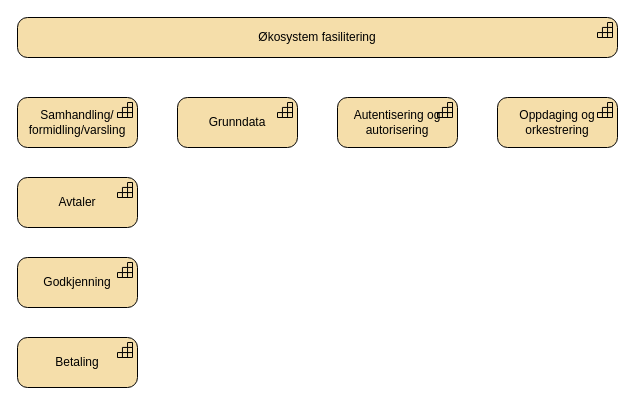
hdir/Digital-Forstelinje keeps this draw.io diagram as page "Økosystem" (2 of 2) of docs/interessent/value-chain.drawio. Above is the earlier version. Source tidied: cells renumbered, new cells numbered last; positions are measured from the earlier drawing's top-left corner, leaving out a move shared by most shapes. Both pictures are drawn from the tidied source at 100%, with x=0, y=0 at pixel (17, 17).
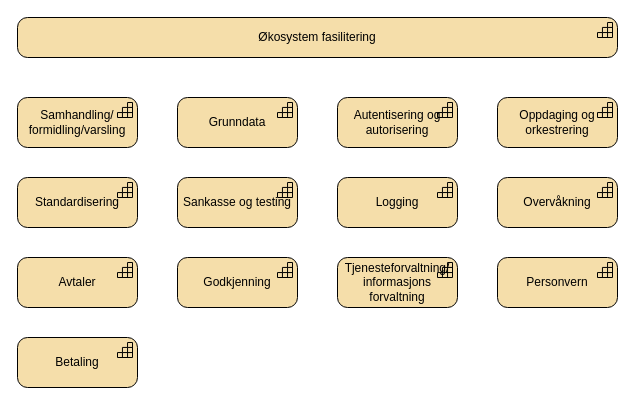
The same diagram, later.

The edit, as a diff of the source:
```diff
@@
 <mxGraphModel>
   <root>
     <mxCell id="0" />
     <mxCell id="1" parent="0" />
     <mxCell id="2" value="Økosystem fasilitering" style="html=1;whiteSpace=wrap;fillColor=#F5DEAA;shape=mxgraph.archimate3.application;appType=capability;archiType=rounded;" parent="1" vertex="1">
       <mxGeometry width="600" height="40" as="geometry" />
     </mxCell>
     <mxCell id="3" value="Samhandling/ formidling/varsling" style="html=1;whiteSpace=wrap;fillColor=#F5DEAA;shape=mxgraph.archimate3.application;appType=capability;archiType=rounded;" parent="1" vertex="1">
       <mxGeometry y="80" width="120" height="50" as="geometry" />
     </mxCell>
     <mxCell id="4" value="Grunndata" style="html=1;whiteSpace=wrap;fillColor=#F5DEAA;shape=mxgraph.archimate3.application;appType=capability;archiType=rounded;" parent="1" vertex="1">
       <mxGeometry x="160" y="80" width="120" height="50" as="geometry" />
     </mxCell>
     <mxCell id="5" value="Godkjenning" style="html=1;whiteSpace=wrap;fillColor=#F5DEAA;shape=mxgraph.archimate3.application;appType=capability;archiType=rounded;" parent="1" vertex="1">
-      <mxGeometry y="240" width="120" height="50" as="geometry" />
+      <mxGeometry x="160" y="240" width="120" height="50" as="geometry" />
     </mxCell>
     <mxCell id="6" value="Betaling" style="html=1;whiteSpace=wrap;fillColor=#F5DEAA;shape=mxgraph.archimate3.application;appType=capability;archiType=rounded;" parent="1" vertex="1">
       <mxGeometry y="320" width="120" height="50" as="geometry" />
     </mxCell>
     <mxCell id="7" value="Avtaler" style="html=1;whiteSpace=wrap;fillColor=#F5DEAA;shape=mxgraph.archimate3.application;appType=capability;archiType=rounded;" parent="1" vertex="1">
-      <mxGeometry y="160" width="120" height="50" as="geometry" />
+      <mxGeometry y="240" width="120" height="50" as="geometry" />
     </mxCell>
     <mxCell id="8" value="Autentisering og autorisering" style="html=1;whiteSpace=wrap;fillColor=#F5DEAA;shape=mxgraph.archimate3.application;appType=capability;archiType=rounded;" parent="1" vertex="1">
       <mxGeometry x="320" y="80" width="120" height="50" as="geometry" />
     </mxCell>
     <mxCell id="9" value="Oppdaging og orkestrering" style="html=1;whiteSpace=wrap;fillColor=#F5DEAA;shape=mxgraph.archimate3.application;appType=capability;archiType=rounded;" parent="1" vertex="1">
       <mxGeometry x="480" y="80" width="120" height="50" as="geometry" />
     </mxCell>
+    <mxCell id="10" value="Sankasse og testing" style="html=1;whiteSpace=wrap;fillColor=#F5DEAA;shape=mxgraph.archimate3.application;appType=capability;archiType=rounded;" parent="1" vertex="1">
+      <mxGeometry x="160" y="160" width="120" height="50" as="geometry" />
+    </mxCell>
+    <mxCell id="11" value="Logging" style="html=1;whiteSpace=wrap;fillColor=#F5DEAA;shape=mxgraph.archimate3.application;appType=capability;archiType=rounded;" parent="1" vertex="1">
+      <mxGeometry x="320" y="160" width="120" height="50" as="geometry" />
+    </mxCell>
+    <mxCell id="12" value="Tjenesteforvaltning/ informasjons forvaltning" style="html=1;whiteSpace=wrap;fillColor=#F5DEAA;shape=mxgraph.archimate3.application;appType=capability;archiType=rounded;" parent="1" vertex="1">
+      <mxGeometry x="320" y="240" width="120" height="50" as="geometry" />
+    </mxCell>
+    <mxCell id="13" value="Standardisering" style="html=1;whiteSpace=wrap;fillColor=#F5DEAA;shape=mxgraph.archimate3.application;appType=capability;archiType=rounded;" parent="1" vertex="1">
+      <mxGeometry y="160" width="120" height="50" as="geometry" />
+    </mxCell>
+    <mxCell id="14" value="Overvåkning" style="html=1;whiteSpace=wrap;fillColor=#F5DEAA;shape=mxgraph.archimate3.application;appType=capability;archiType=rounded;" parent="1" vertex="1">
+      <mxGeometry x="480" y="160" width="120" height="50" as="geometry" />
+    </mxCell>
+    <mxCell id="15" value="Personvern" style="html=1;whiteSpace=wrap;fillColor=#F5DEAA;shape=mxgraph.archimate3.application;appType=capability;archiType=rounded;" parent="1" vertex="1">
+      <mxGeometry x="480" y="240" width="120" height="50" as="geometry" />
+    </mxCell>
   </root>
 </mxGraphModel>
```
